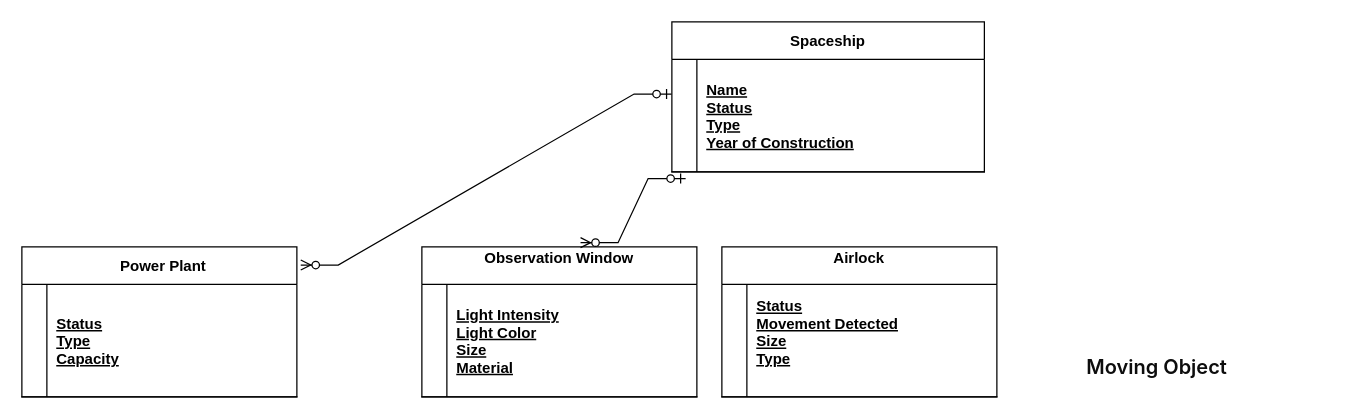
Above: infological diagram.drawio in sc09012/Bases-de-datos-ITM (draw.io), before the change. Source tidied: cells renumbered, new cells numbered last; positions are measured from the earlier drawing's top-left corner, leaving out a move shared by most shapes. Both pictures are drawn from the tidied source at 125%, with x=0, y=0 at pixel (21, 21).
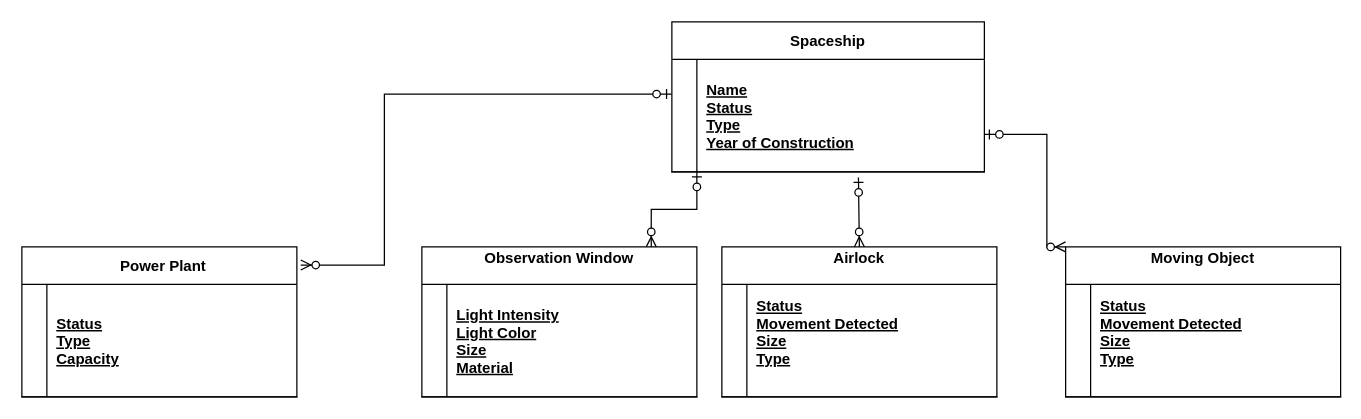
The same diagram, later.

Unchanged cells that the change refers to:
```xml
<mxCell id="3" style="shape=partialRectangle;fillColor=none;points=[[0,0.5],[1,0.5]];portConstraint=eastwest;top=0;left=0;right=0;bottom=1;" parent="2" vertex="1">
  <mxGeometry y="30" width="250" height="90" as="geometry" />
</mxCell>
<mxCell id="6" value="  Power Plant" style="shape=table;startSize=30;childLayout=tableLayout;rowLines=0;fontStyle=1;align=center;" parent="1" vertex="1">
  <mxGeometry y="180" width="220" height="120" as="geometry" />
</mxCell>
<mxCell id="11" value="Observation Window&#10;" style="shape=table;startSize=30;childLayout=tableLayout;rowLines=0;fontStyle=1;align=center;" parent="1" vertex="1">
  <mxGeometry x="320" y="180" width="220" height="120" as="geometry" />
</mxCell>
<mxCell id="16" value="Airlock&#10;" style="shape=table;startSize=30;childLayout=tableLayout;rowLines=0;fontStyle=1;align=center;" parent="1" vertex="1">
  <mxGeometry x="560" y="180" width="220" height="120" as="geometry" />
</mxCell>
```

What changed in the source:
```diff
@@
-    <mxCell id="10" style="edgeStyle=entityRelationEdgeStyle;fontSize=12;html=1;endArrow=ERzeroToMany;startArrow=ERzeroToOne;rounded=0;entryX=1.014;entryY=0.121;entryDx=0;entryDy=0;entryPerimeter=0;exitX=-0.001;exitY=0.308;exitDx=0;exitDy=0;exitPerimeter=0;" parent="1" edge="1" source="3" target="6">
+    <mxCell id="10" style="edgeStyle=elbowEdgeStyle;fontSize=12;html=1;endArrow=ERzeroToMany;startArrow=ERzeroToOne;rounded=0;entryX=1.014;entryY=0.121;entryDx=0;entryDy=0;entryPerimeter=0;exitX=-0.001;exitY=0.308;exitDx=0;exitDy=0;exitPerimeter=0;" parent="1" edge="1" source="3" target="6">
       <mxGeometry relative="1" as="geometry">
         <Array as="points">
-          <mxPoint x="299.1" y="41.1" />
-          <mxPoint x="279.1" y="41.1" />
+          <mxPoint x="290" y="120" />
         </Array>
       </mxGeometry>
     </mxCell>
@@
-    <mxCell id="15" style="edgeStyle=entityRelationEdgeStyle;fontSize=12;html=1;endArrow=ERzeroToMany;startArrow=ERzeroToOne;rounded=0;entryX=0.577;entryY=-0.028;entryDx=0;entryDy=0;entryPerimeter=0;exitX=0.044;exitY=1.059;exitDx=0;exitDy=0;exitPerimeter=0;" parent="1" edge="1" source="3" target="11">
+    <mxCell id="15" style="edgeStyle=elbowEdgeStyle;fontSize=12;html=1;endArrow=ERzeroToMany;startArrow=ERzeroToOne;rounded=0;elbow=vertical;" parent="1" edge="1">
       <mxGeometry relative="1" as="geometry">
-        <Array as="points">
-          <mxPoint x="309.1" y="51.1" />
-          <mxPoint x="289.1" y="51.1" />
-          <mxPoint x="447" y="130" />
-        </Array>
+        <mxPoint x="540" y="120" as="sourcePoint" />
+        <mxPoint x="503.5" y="180" as="targetPoint" />
       </mxGeometry>
     </mxCell>
@@
-    <mxCell id="20" value="&lt;strong style=&quot;border: 0px solid rgb(227, 227, 227); box-sizing: border-box; --tw-border-spacing-x: 0; --tw-border-spacing-y: 0; --tw-translate-x: 0; --tw-translate-y: 0; --tw-rotate: 0; --tw-skew-x: 0; --tw-skew-y: 0; --tw-scale-x: 1; --tw-scale-y: 1; --tw-pan-x: ; --tw-pan-y: ; --tw-pinch-zoom: ; --tw-scroll-snap-strictness: proximity; --tw-gradient-from-position: ; --tw-gradient-via-position: ; --tw-gradient-to-position: ; --tw-ordinal: ; --tw-slashed-zero: ; --tw-numeric-figure: ; --tw-numeric-spacing: ; --tw-numeric-fraction: ; --tw-ring-inset: ; --tw-ring-offset-width: 0px; --tw-ring-offset-color: #fff; --tw-ring-color: rgba(69,89,164,.5); --tw-ring-offset-shadow: 0 0 transparent; --tw-ring-shadow: 0 0 transparent; --tw-shadow: 0 0 transparent; --tw-shadow-colored: 0 0 transparent; --tw-blur: ; --tw-brightness: ; --tw-contrast: ; --tw-grayscale: ; --tw-hue-rotate: ; --tw-invert: ; --tw-saturate: ; --tw-sepia: ; --tw-drop-shadow: ; --tw-backdrop-blur: ; --tw-backdrop-brightness: ; --tw-backdrop-contrast: ; --tw-backdrop-grayscale: ; --tw-backdrop-hue-rotate: ; --tw-backdrop-invert: ; --tw-backdrop-opacity: ; --tw-backdrop-saturate: ; --tw-backdrop-sepia: ; --tw-contain-size: ; --tw-contain-layout: ; --tw-contain-paint: ; --tw-contain-style: ; font-weight: 600; color: rgb(13, 13, 13); font-family: ui-sans-serif, -apple-system, system-ui, &amp;quot;Segoe UI&amp;quot;, Roboto, Ubuntu, Cantarell, &amp;quot;Noto Sans&amp;quot;, sans-serif, Helvetica, &amp;quot;Apple Color Emoji&amp;quot;, Arial, &amp;quot;Segoe UI Emoji&amp;quot;, &amp;quot;Segoe UI Symbol&amp;quot;; font-size: 16px; font-style: normal; font-variant-ligatures: normal; font-variant-caps: normal; letter-spacing: normal; orphans: 2; text-align: left; text-indent: 0px; text-transform: none; widows: 2; word-spacing: 0px; -webkit-text-stroke-width: 0px; white-space: pre-wrap; background-color: rgb(255, 255, 255); text-decoration-thickness: initial; text-decoration-style: initial; text-decoration-color: initial;&quot;&gt;Moving Object&lt;/strong&gt;" style="text;whiteSpace=wrap;html=1;" parent="1" vertex="1">
-      <mxGeometry x="850" y="260" width="140" height="40" as="geometry" />
+    <mxCell id="20" value="Moving Object&#10;" style="shape=table;startSize=30;childLayout=tableLayout;rowLines=0;fontStyle=1;align=center;" parent="1" vertex="1">
+      <mxGeometry x="835" y="180" width="220" height="120" as="geometry" />
     </mxCell>
+    <mxCell id="21" style="shape=partialRectangle;fillColor=none;top=0;left=0;right=0;bottom=1;" parent="20" vertex="1">
+      <mxGeometry y="30" width="220" height="90" as="geometry" />
+    </mxCell>
+    <mxCell id="22" style="shape=partialRectangle;overflow=hidden;fillColor=none;top=0;left=0;bottom=0;right=0;fontStyle=1;" parent="21" vertex="1">
+      <mxGeometry width="20" height="90" as="geometry" />
+    </mxCell>
+    <mxCell id="23" value="Status&#10;Movement Detected&#10;Size&#10;Type&#10;" style="shape=partialRectangle;overflow=hidden;fillColor=none;top=0;left=0;bottom=0;right=0;align=left;spacingLeft=6;fontStyle=5;" parent="21" vertex="1">
+      <mxGeometry x="20" width="200" height="90" as="geometry" />
+    </mxCell>
+    <mxCell id="24" style="fontSize=12;html=1;endArrow=ERzeroToMany;startArrow=ERzeroToOne;rounded=0;entryX=0.5;entryY=0;entryDx=0;entryDy=0;exitX=0.597;exitY=1.049;exitDx=0;exitDy=0;exitPerimeter=0;" parent="1" edge="1" source="3" target="16">
+      <mxGeometry relative="1" as="geometry" />
+    </mxCell>
+    <mxCell id="25" style="fontSize=12;html=1;endArrow=ERzeroToMany;startArrow=ERzeroToOne;rounded=0;entryX=0;entryY=0;entryDx=0;entryDy=0;edgeStyle=elbowEdgeStyle;" parent="1" edge="1" target="20">
+      <mxGeometry relative="1" as="geometry">
+        <mxPoint x="770" y="90" as="sourcePoint" />
+        <Array as="points">
+          <mxPoint x="820" y="130" />
+        </Array>
+      </mxGeometry>
+    </mxCell>
```
